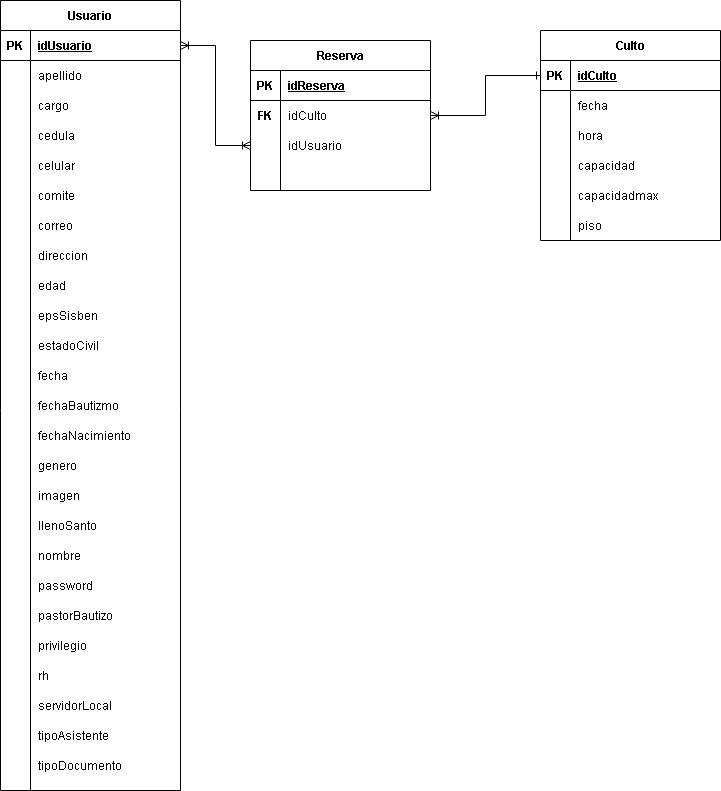
Before: SQL tables diagram.png, a diagram exported from draw.io (juandiego1007/ProyectoIglesia). Source tidied: cells renumbered, new cells last; positions are measured from the earlier drawing's top-left corner, leaving out a move shared by most shapes. Its diagram source:
```xml
<mxGraphModel>
  <root>
    <mxCell id="0" />
    <mxCell id="1" parent="0" />
    <mxCell id="2" value="Usuario" style="shape=table;startSize=30;rowLines=0;fontStyle=1;align=center;" parent="1" vertex="1">
      <mxGeometry width="180" height="790" as="geometry" />
    </mxCell>
    <mxCell id="3" style="shape=partialRectangle;fillColor=none;top=0;left=0;bottom=1;right=0;points=[[0,0.5],[1,0.5]];portConstraint=eastwest;" parent="2" vertex="1">
      <mxGeometry y="30" width="180" height="30" as="geometry" />
    </mxCell>
    <mxCell id="4" value="PK" style="shape=partialRectangle;fillColor=none;top=0;left=0;bottom=0;right=0;fontStyle=1;overflow=hidden;" parent="3" vertex="1">
      <mxGeometry width="30" height="30" as="geometry" />
    </mxCell>
    <mxCell id="5" value="idUsuario" style="shape=partialRectangle;fillColor=none;top=0;left=0;bottom=0;right=0;align=left;spacingLeft=6;fontStyle=5;overflow=hidden;" parent="3" vertex="1">
      <mxGeometry x="30" width="150" height="30" as="geometry" />
    </mxCell>
    <mxCell id="6" style="shape=partialRectangle;fillColor=none;top=0;left=0;bottom=0;right=0;" parent="2" vertex="1">
      <mxGeometry y="60" width="180" height="30" as="geometry" />
    </mxCell>
    <mxCell id="7" style="shape=partialRectangle;fillColor=none;top=0;left=0;bottom=0;right=0;overflow=hidden;" parent="6" vertex="1">
      <mxGeometry width="30" height="30" as="geometry" />
    </mxCell>
    <mxCell id="8" value="apellido" style="shape=partialRectangle;fillColor=none;top=0;left=0;bottom=0;right=0;align=left;spacingLeft=6;overflow=hidden;" parent="6" vertex="1">
      <mxGeometry x="30" width="150" height="30" as="geometry" />
    </mxCell>
    <mxCell id="9" style="shape=partialRectangle;fillColor=none;top=0;left=0;bottom=0;right=0;" parent="2" vertex="1">
      <mxGeometry y="90" width="180" height="30" as="geometry" />
    </mxCell>
    <mxCell id="10" style="shape=partialRectangle;fillColor=none;top=0;left=0;bottom=0;right=0;overflow=hidden;" parent="9" vertex="1">
      <mxGeometry width="30" height="30" as="geometry" />
    </mxCell>
    <mxCell id="11" value="cargo" style="shape=partialRectangle;fillColor=none;top=0;left=0;bottom=0;right=0;align=left;spacingLeft=6;overflow=hidden;" parent="9" vertex="1">
      <mxGeometry x="30" width="150" height="30" as="geometry" />
    </mxCell>
    <mxCell id="12" style="shape=partialRectangle;fillColor=none;top=0;left=0;bottom=0;right=0;" parent="2" vertex="1">
      <mxGeometry y="120" width="180" height="30" as="geometry" />
    </mxCell>
    <mxCell id="13" style="shape=partialRectangle;fillColor=none;top=0;left=0;bottom=0;right=0;overflow=hidden;" parent="12" vertex="1">
      <mxGeometry width="30" height="30" as="geometry" />
    </mxCell>
    <mxCell id="14" value="cedula" style="shape=partialRectangle;fillColor=none;top=0;left=0;bottom=0;right=0;align=left;spacingLeft=6;overflow=hidden;" parent="12" vertex="1">
      <mxGeometry x="30" width="150" height="30" as="geometry" />
    </mxCell>
    <mxCell id="15" value="celular" style="shape=partialRectangle;fillColor=none;top=0;left=0;bottom=0;right=0;align=left;spacingLeft=6;overflow=hidden;" parent="1" vertex="1">
      <mxGeometry x="30" y="150" width="150" height="30" as="geometry" />
    </mxCell>
    <mxCell id="16" value="comite" style="shape=partialRectangle;fillColor=none;top=0;left=0;bottom=0;right=0;align=left;spacingLeft=6;overflow=hidden;" parent="1" vertex="1">
      <mxGeometry x="30" y="180" width="150" height="30" as="geometry" />
    </mxCell>
    <mxCell id="17" value="correo" style="shape=partialRectangle;fillColor=none;top=0;left=0;bottom=0;right=0;align=left;spacingLeft=6;overflow=hidden;" parent="1" vertex="1">
      <mxGeometry x="30" y="210" width="150" height="30" as="geometry" />
    </mxCell>
    <mxCell id="18" value="direccion" style="shape=partialRectangle;fillColor=none;top=0;left=0;bottom=0;right=0;align=left;spacingLeft=6;overflow=hidden;" parent="1" vertex="1">
      <mxGeometry x="30" y="240" width="150" height="30" as="geometry" />
    </mxCell>
    <mxCell id="19" value="edad" style="shape=partialRectangle;fillColor=none;top=0;left=0;bottom=0;right=0;align=left;spacingLeft=6;overflow=hidden;" parent="1" vertex="1">
      <mxGeometry x="30" y="270" width="150" height="30" as="geometry" />
    </mxCell>
    <mxCell id="20" value="epsSisben" style="shape=partialRectangle;fillColor=none;top=0;left=0;bottom=0;right=0;align=left;spacingLeft=6;overflow=hidden;" parent="1" vertex="1">
      <mxGeometry x="30" y="300" width="150" height="30" as="geometry" />
    </mxCell>
    <mxCell id="21" value="estadoCivil" style="shape=partialRectangle;fillColor=none;top=0;left=0;bottom=0;right=0;align=left;spacingLeft=6;overflow=hidden;" parent="1" vertex="1">
      <mxGeometry x="30" y="330" width="150" height="30" as="geometry" />
    </mxCell>
    <mxCell id="22" value="fecha" style="shape=partialRectangle;fillColor=none;top=0;left=0;bottom=0;right=0;align=left;spacingLeft=6;overflow=hidden;" parent="1" vertex="1">
      <mxGeometry x="30" y="360" width="150" height="30" as="geometry" />
    </mxCell>
    <mxCell id="23" value="fechaBautizmo" style="shape=partialRectangle;fillColor=none;top=0;left=0;bottom=0;right=0;align=left;spacingLeft=6;overflow=hidden;" parent="1" vertex="1">
      <mxGeometry x="30" y="390" width="150" height="30" as="geometry" />
    </mxCell>
    <mxCell id="24" value="fechaNacimiento" style="shape=partialRectangle;fillColor=none;top=0;left=0;bottom=0;right=0;align=left;spacingLeft=6;overflow=hidden;" parent="1" vertex="1">
      <mxGeometry x="30" y="420" width="150" height="30" as="geometry" />
    </mxCell>
    <mxCell id="25" value="genero" style="shape=partialRectangle;fillColor=none;top=0;left=0;bottom=0;right=0;align=left;spacingLeft=6;overflow=hidden;" parent="1" vertex="1">
      <mxGeometry x="30" y="450" width="150" height="30" as="geometry" />
    </mxCell>
    <mxCell id="26" value="imagen" style="shape=partialRectangle;fillColor=none;top=0;left=0;bottom=0;right=0;align=left;spacingLeft=6;overflow=hidden;" parent="1" vertex="1">
      <mxGeometry x="30" y="480" width="150" height="30" as="geometry" />
    </mxCell>
    <mxCell id="27" value="llenoSanto" style="shape=partialRectangle;fillColor=none;top=0;left=0;bottom=0;right=0;align=left;spacingLeft=6;overflow=hidden;" parent="1" vertex="1">
      <mxGeometry x="30" y="510" width="150" height="30" as="geometry" />
    </mxCell>
    <mxCell id="28" value="nombre" style="shape=partialRectangle;fillColor=none;top=0;left=0;bottom=0;right=0;align=left;spacingLeft=6;overflow=hidden;" parent="1" vertex="1">
      <mxGeometry x="30" y="540" width="150" height="30" as="geometry" />
    </mxCell>
    <mxCell id="29" value="password" style="shape=partialRectangle;fillColor=none;top=0;left=0;bottom=0;right=0;align=left;spacingLeft=6;overflow=hidden;" parent="1" vertex="1">
      <mxGeometry x="30" y="570" width="150" height="30" as="geometry" />
    </mxCell>
    <mxCell id="30" value="pastorBautizo" style="shape=partialRectangle;fillColor=none;top=0;left=0;bottom=0;right=0;align=left;spacingLeft=6;overflow=hidden;" parent="1" vertex="1">
      <mxGeometry x="30" y="600" width="150" height="30" as="geometry" />
    </mxCell>
    <mxCell id="31" value="privilegio" style="shape=partialRectangle;fillColor=none;top=0;left=0;bottom=0;right=0;align=left;spacingLeft=6;overflow=hidden;" parent="1" vertex="1">
      <mxGeometry x="30" y="630" width="150" height="30" as="geometry" />
    </mxCell>
    <mxCell id="32" value="rh" style="shape=partialRectangle;fillColor=none;top=0;left=0;bottom=0;right=0;align=left;spacingLeft=6;overflow=hidden;" parent="1" vertex="1">
      <mxGeometry x="30" y="660" width="150" height="30" as="geometry" />
    </mxCell>
    <mxCell id="33" value="servidorLocal" style="shape=partialRectangle;fillColor=none;top=0;left=0;bottom=0;right=0;align=left;spacingLeft=6;overflow=hidden;" parent="1" vertex="1">
      <mxGeometry x="30" y="690" width="150" height="30" as="geometry" />
    </mxCell>
    <mxCell id="34" value="tipoAsistente" style="shape=partialRectangle;fillColor=none;top=0;left=0;bottom=0;right=0;align=left;spacingLeft=6;overflow=hidden;" parent="1" vertex="1">
      <mxGeometry x="30" y="720" width="150" height="30" as="geometry" />
    </mxCell>
    <mxCell id="35" value="tipoDocumento" style="shape=partialRectangle;fillColor=none;top=0;left=0;bottom=0;right=0;align=left;spacingLeft=6;overflow=hidden;" parent="1" vertex="1">
      <mxGeometry x="30" y="750" width="150" height="30" as="geometry" />
    </mxCell>
    <mxCell id="36" value="Culto" style="shape=table;startSize=30;rowLines=0;fontStyle=1;align=center;" parent="1" vertex="1">
      <mxGeometry x="540" y="30" width="180" height="210" as="geometry" />
    </mxCell>
    <mxCell id="37" style="shape=partialRectangle;fillColor=none;top=0;left=0;bottom=1;right=0;points=[[0,0.5],[1,0.5]];portConstraint=eastwest;" parent="36" vertex="1">
      <mxGeometry y="30" width="180" height="30" as="geometry" />
    </mxCell>
    <mxCell id="38" value="PK" style="shape=partialRectangle;fillColor=none;top=0;left=0;bottom=0;right=0;fontStyle=1;overflow=hidden;" parent="37" vertex="1">
      <mxGeometry width="30" height="30" as="geometry" />
    </mxCell>
    <mxCell id="39" value="idCulto" style="shape=partialRectangle;fillColor=none;top=0;left=0;bottom=0;right=0;align=left;spacingLeft=6;fontStyle=5;overflow=hidden;" parent="37" vertex="1">
      <mxGeometry x="30" width="150" height="30" as="geometry" />
    </mxCell>
    <mxCell id="40" style="shape=partialRectangle;fillColor=none;top=0;left=0;bottom=0;right=0;" parent="36" vertex="1">
      <mxGeometry y="60" width="180" height="30" as="geometry" />
    </mxCell>
    <mxCell id="41" style="shape=partialRectangle;fillColor=none;top=0;left=0;bottom=0;right=0;overflow=hidden;" parent="40" vertex="1">
      <mxGeometry width="30" height="30" as="geometry" />
    </mxCell>
    <mxCell id="42" value="fecha" style="shape=partialRectangle;fillColor=none;top=0;left=0;bottom=0;right=0;align=left;spacingLeft=6;overflow=hidden;" parent="40" vertex="1">
      <mxGeometry x="30" width="150" height="30" as="geometry" />
    </mxCell>
    <mxCell id="43" style="shape=partialRectangle;fillColor=none;top=0;left=0;bottom=0;right=0;" parent="36" vertex="1">
      <mxGeometry y="90" width="180" height="30" as="geometry" />
    </mxCell>
    <mxCell id="44" style="shape=partialRectangle;fillColor=none;top=0;left=0;bottom=0;right=0;overflow=hidden;" parent="43" vertex="1">
      <mxGeometry width="30" height="30" as="geometry" />
    </mxCell>
    <mxCell id="45" value="hora" style="shape=partialRectangle;fillColor=none;top=0;left=0;bottom=0;right=0;align=left;spacingLeft=6;overflow=hidden;" parent="43" vertex="1">
      <mxGeometry x="30" width="150" height="30" as="geometry" />
    </mxCell>
    <mxCell id="46" style="shape=partialRectangle;fillColor=none;top=0;left=0;bottom=0;right=0;" parent="36" vertex="1">
      <mxGeometry y="120" width="180" height="30" as="geometry" />
    </mxCell>
    <mxCell id="47" style="shape=partialRectangle;fillColor=none;top=0;left=0;bottom=0;right=0;overflow=hidden;" parent="46" vertex="1">
      <mxGeometry width="30" height="30" as="geometry" />
    </mxCell>
    <mxCell id="48" value="capacidad" style="shape=partialRectangle;fillColor=none;top=0;left=0;bottom=0;right=0;align=left;spacingLeft=6;overflow=hidden;" parent="46" vertex="1">
      <mxGeometry x="30" width="150" height="30" as="geometry" />
    </mxCell>
    <mxCell id="49" style="shape=partialRectangle;fillColor=none;top=0;left=0;bottom=0;right=0;" parent="36" vertex="1">
      <mxGeometry y="150" width="180" height="30" as="geometry" />
    </mxCell>
    <mxCell id="50" style="shape=partialRectangle;fillColor=none;top=0;left=0;bottom=0;right=0;overflow=hidden;" parent="49" vertex="1">
      <mxGeometry width="30" height="30" as="geometry" />
    </mxCell>
    <mxCell id="51" value="capacidadmax" style="shape=partialRectangle;fillColor=none;top=0;left=0;bottom=0;right=0;align=left;spacingLeft=6;overflow=hidden;" parent="49" vertex="1">
      <mxGeometry x="30" width="150" height="30" as="geometry" />
    </mxCell>
    <mxCell id="52" style="shape=partialRectangle;fillColor=none;top=0;left=0;bottom=0;right=0;" parent="36" vertex="1">
      <mxGeometry y="180" width="180" height="30" as="geometry" />
    </mxCell>
    <mxCell id="53" style="shape=partialRectangle;fillColor=none;top=0;left=0;bottom=0;right=0;overflow=hidden;" parent="52" vertex="1">
      <mxGeometry width="30" height="30" as="geometry" />
    </mxCell>
    <mxCell id="54" value="piso" style="shape=partialRectangle;fillColor=none;top=0;left=0;bottom=0;right=0;align=left;spacingLeft=6;overflow=hidden;" parent="52" vertex="1">
      <mxGeometry x="30" width="150" height="30" as="geometry" />
    </mxCell>
    <mxCell id="55" value="Reserva" style="shape=table;startSize=30;rowLines=0;fontStyle=1;align=center;" parent="1" vertex="1">
      <mxGeometry x="250" y="40" width="180" height="150" as="geometry" />
    </mxCell>
    <mxCell id="56" style="shape=partialRectangle;fillColor=none;top=0;left=0;bottom=1;right=0;" parent="55" vertex="1">
      <mxGeometry y="30" width="180" height="30" as="geometry" />
    </mxCell>
    <mxCell id="57" value="PK" style="shape=partialRectangle;fillColor=none;top=0;left=0;bottom=0;right=0;fontStyle=1;overflow=hidden;" parent="56" vertex="1">
      <mxGeometry width="30" height="30" as="geometry" />
    </mxCell>
    <mxCell id="58" value="idReserva" style="shape=partialRectangle;fillColor=none;top=0;left=0;bottom=0;right=0;align=left;spacingLeft=6;fontStyle=5;overflow=hidden;" parent="56" vertex="1">
      <mxGeometry x="30" width="150" height="30" as="geometry" />
    </mxCell>
    <mxCell id="59" style="shape=partialRectangle;fillColor=none;top=0;left=0;bottom=0;right=0;points=[[0,0.5],[1,0.5]];portConstraint=eastwest;" parent="55" vertex="1">
      <mxGeometry y="60" width="180" height="30" as="geometry" />
    </mxCell>
    <mxCell id="60" value="FK" style="shape=partialRectangle;fillColor=none;top=0;left=0;bottom=0;right=0;overflow=hidden;fontStyle=1;" parent="59" vertex="1">
      <mxGeometry width="30" height="30" as="geometry" />
    </mxCell>
    <mxCell id="61" value="idCulto" style="shape=partialRectangle;fillColor=none;top=0;left=0;bottom=0;right=0;align=left;spacingLeft=6;overflow=hidden;" parent="59" vertex="1">
      <mxGeometry x="30" width="150" height="30" as="geometry" />
    </mxCell>
    <mxCell id="62" style="shape=partialRectangle;fillColor=none;top=0;left=0;bottom=0;right=0;points=[[0,0.5],[1,0.5]];portConstraint=eastwest;" parent="55" vertex="1">
      <mxGeometry y="90" width="180" height="30" as="geometry" />
    </mxCell>
    <mxCell id="63" style="shape=partialRectangle;fillColor=none;top=0;left=0;bottom=0;right=0;overflow=hidden;" parent="62" vertex="1">
      <mxGeometry width="30" height="30" as="geometry" />
    </mxCell>
    <mxCell id="64" value="idUsuario" style="shape=partialRectangle;fillColor=none;top=0;left=0;bottom=0;right=0;align=left;spacingLeft=6;overflow=hidden;" parent="62" vertex="1">
      <mxGeometry x="30" width="150" height="30" as="geometry" />
    </mxCell>
    <mxCell id="65" style="shape=partialRectangle;fillColor=none;top=0;left=0;bottom=0;right=0;" parent="55" vertex="1">
      <mxGeometry y="120" width="180" height="30" as="geometry" />
    </mxCell>
    <mxCell id="66" style="shape=partialRectangle;fillColor=none;top=0;left=0;bottom=0;right=0;overflow=hidden;" parent="65" vertex="1">
      <mxGeometry width="30" height="30" as="geometry" />
    </mxCell>
    <mxCell id="67" style="shape=partialRectangle;fillColor=none;top=0;left=0;bottom=0;right=0;align=left;spacingLeft=6;overflow=hidden;" parent="65" vertex="1">
      <mxGeometry x="30" width="150" height="30" as="geometry" />
    </mxCell>
    <mxCell id="68" style="edgeStyle=orthogonalEdgeStyle;rounded=0;jettySize=auto;html=1;entryX=0;entryY=0.5;entryDx=0;entryDy=0;startArrow=ERoneToMany;startFill=0;endArrow=ERoneToMany;endFill=0;" parent="1" edge="1" source="3" target="62">
      <mxGeometry relative="1" as="geometry" />
    </mxCell>
    <mxCell id="69" style="edgeStyle=orthogonalEdgeStyle;rounded=0;jettySize=auto;html=1;endArrow=ERoneToMany;endFill=0;startArrow=ERone;startFill=0;" parent="1" edge="1" source="37" target="59">
      <mxGeometry relative="1" as="geometry" />
    </mxCell>
  </root>
</mxGraphModel>
```
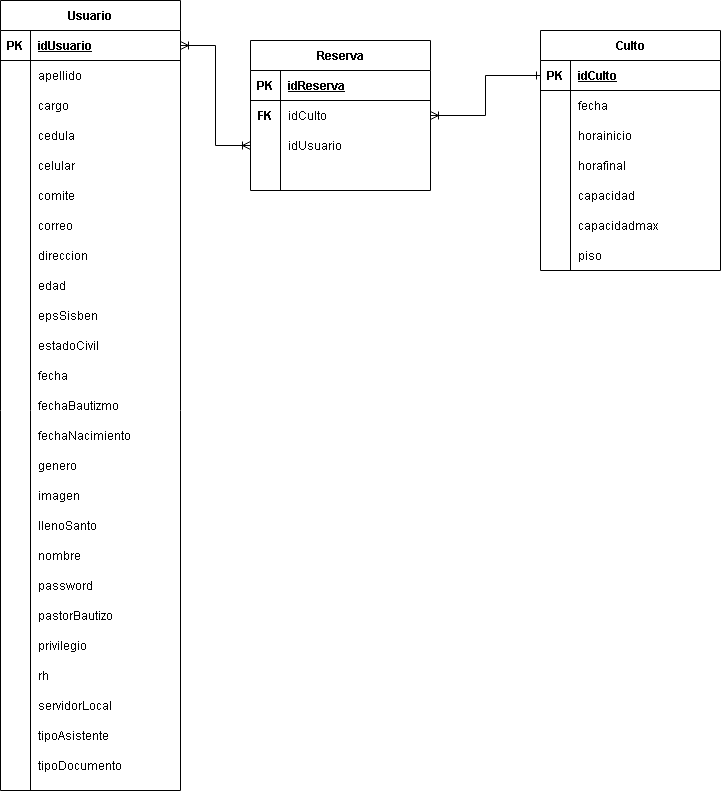
The same diagram one commit later.

Diff of the diagram source:
```diff
@@ -105,7 +105,7 @@
       <mxGeometry x="30" y="750" width="150" height="30" as="geometry" />
     </mxCell>
     <mxCell id="36" value="Culto" style="shape=table;startSize=30;rowLines=0;fontStyle=1;align=center;" parent="1" vertex="1">
-      <mxGeometry x="540" y="30" width="180" height="210" as="geometry" />
+      <mxGeometry x="540" y="30" width="180" height="240" as="geometry" />
     </mxCell>
     <mxCell id="37" style="shape=partialRectangle;fillColor=none;top=0;left=0;bottom=1;right=0;points=[[0,0.5],[1,0.5]];portConstraint=eastwest;" parent="36" vertex="1">
       <mxGeometry y="30" width="180" height="30" as="geometry" />
@@ -131,11 +131,20 @@
     <mxCell id="44" style="shape=partialRectangle;fillColor=none;top=0;left=0;bottom=0;right=0;overflow=hidden;" parent="43" vertex="1">
       <mxGeometry width="30" height="30" as="geometry" />
     </mxCell>
-    <mxCell id="45" value="hora" style="shape=partialRectangle;fillColor=none;top=0;left=0;bottom=0;right=0;align=left;spacingLeft=6;overflow=hidden;" parent="43" vertex="1">
+    <mxCell id="45" value="horainicio" style="shape=partialRectangle;fillColor=none;top=0;left=0;bottom=0;right=0;align=left;spacingLeft=6;overflow=hidden;" parent="43" vertex="1">
       <mxGeometry x="30" width="150" height="30" as="geometry" />
     </mxCell>
+    <mxCell id="70" style="shape=partialRectangle;fillColor=none;top=0;left=0;bottom=0;right=0;" parent="36" vertex="1">
+      <mxGeometry y="120" width="180" height="30" as="geometry" />
+    </mxCell>
+    <mxCell id="71" style="shape=partialRectangle;fillColor=none;top=0;left=0;bottom=0;right=0;overflow=hidden;" parent="70" vertex="1">
+      <mxGeometry width="30" height="30" as="geometry" />
+    </mxCell>
+    <mxCell id="72" value="horafinal" style="shape=partialRectangle;fillColor=none;top=0;left=0;bottom=0;right=0;align=left;spacingLeft=6;overflow=hidden;" parent="70" vertex="1">
+      <mxGeometry x="30" width="150" height="30" as="geometry" />
+    </mxCell>
     <mxCell id="46" style="shape=partialRectangle;fillColor=none;top=0;left=0;bottom=0;right=0;" parent="36" vertex="1">
-      <mxGeometry y="120" width="180" height="30" as="geometry" />
+      <mxGeometry y="150" width="180" height="30" as="geometry" />
     </mxCell>
     <mxCell id="47" style="shape=partialRectangle;fillColor=none;top=0;left=0;bottom=0;right=0;overflow=hidden;" parent="46" vertex="1">
       <mxGeometry width="30" height="30" as="geometry" />
@@ -144,7 +153,7 @@
       <mxGeometry x="30" width="150" height="30" as="geometry" />
     </mxCell>
     <mxCell id="49" style="shape=partialRectangle;fillColor=none;top=0;left=0;bottom=0;right=0;" parent="36" vertex="1">
-      <mxGeometry y="150" width="180" height="30" as="geometry" />
+      <mxGeometry y="180" width="180" height="30" as="geometry" />
     </mxCell>
     <mxCell id="50" style="shape=partialRectangle;fillColor=none;top=0;left=0;bottom=0;right=0;overflow=hidden;" parent="49" vertex="1">
       <mxGeometry width="30" height="30" as="geometry" />
@@ -153,7 +162,7 @@
       <mxGeometry x="30" width="150" height="30" as="geometry" />
     </mxCell>
     <mxCell id="52" style="shape=partialRectangle;fillColor=none;top=0;left=0;bottom=0;right=0;" parent="36" vertex="1">
-      <mxGeometry y="180" width="180" height="30" as="geometry" />
+      <mxGeometry y="210" width="180" height="30" as="geometry" />
     </mxCell>
     <mxCell id="53" style="shape=partialRectangle;fillColor=none;top=0;left=0;bottom=0;right=0;overflow=hidden;" parent="52" vertex="1">
       <mxGeometry width="30" height="30" as="geometry" />
```
